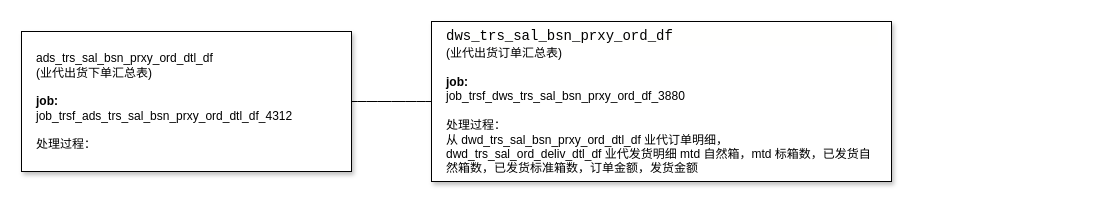
Before: bsn_prxy_ord_dtl.drawio in fsJerryChan/fsJerryChan, a draw.io diagram. Source tidied: cells renumbered, new cells numbered last; positions are measured from the earlier drawing's top-left corner, leaving out a move shared by most shapes. Both pictures are drawn from the tidied source at 100%, with x=0, y=0 at pixel (21, 21).
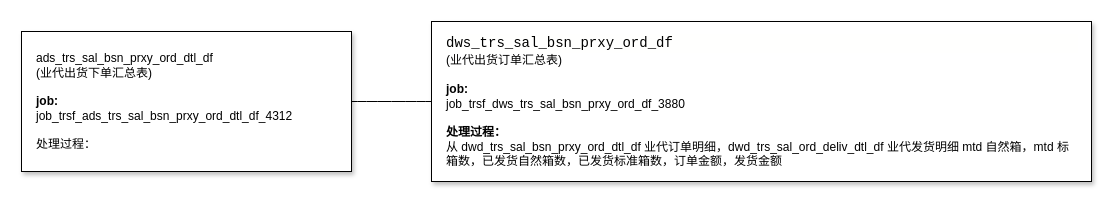
The same diagram, later.

What changed in the source:
```diff
@@
 <mxGraphModel>
   <root>
     <mxCell id="0" />
     <mxCell id="1" parent="0" />
     <mxCell id="2" style="edgeStyle=entityRelationEdgeStyle;rounded=0;jettySize=auto;html=1;startArrow=none;endArrow=none;segment=10;curved=1;sourcePerimeterSpacing=0;targetPerimeterSpacing=0;" parent="1" edge="1" source="3" target="4">
       <mxGeometry relative="1" as="geometry" />
     </mxCell>
     <mxCell id="3" value="ads_trs_sal_bsn_prxy_ord_dtl_df&lt;br&gt;(业代出货下单汇总表)&lt;br&gt;&lt;br&gt;&lt;b&gt;job:&lt;br&gt;&lt;/b&gt;job_trsf_ads_trs_sal_bsn_prxy_ord_dtl_df_4312&lt;br&gt;&lt;br&gt;处理过程：&lt;br&gt;" style="whiteSpace=wrap;html=1;rounded=0;arcSize=50;align=left;verticalAlign=middle;strokeWidth=1;spacing=15;newEdgeStyle={&quot;edgeStyle&quot;:&quot;entityRelationEdgeStyle&quot;,&quot;startArrow&quot;:&quot;none&quot;,&quot;endArrow&quot;:&quot;none&quot;,&quot;segment&quot;:10,&quot;curved&quot;:1,&quot;sourcePerimeterSpacing&quot;:0,&quot;targetPerimeterSpacing&quot;:0};shadow=1;" parent="1" vertex="1">
       <mxGeometry y="10" width="330" height="140" as="geometry" />
     </mxCell>
-    <mxCell id="4" value="&lt;div style=&quot;background-color: rgb(255, 255, 254); font-family: Consolas, &amp;quot;Courier New&amp;quot;, monospace; font-size: 14px; line-height: 19px;&quot;&gt;dws_trs_sal_bsn_prxy_ord_df&lt;/div&gt;(业代出货订单汇总表)&lt;br&gt;&lt;br&gt;&lt;b&gt;job:&lt;br&gt;&lt;/b&gt;job_trsf_dws_trs_sal_bsn_prxy_ord_df_3880&lt;br&gt;&lt;br&gt;处理过程：&lt;br&gt;从&amp;nbsp;dwd_trs_sal_bsn_prxy_ord_dtl_df 业代订单明细，dwd_trs_sal_ord_deliv_dtl_df 业代发货明细 mtd 自然箱，mtd 标箱数，已发货自然箱数，已发货标准箱数，订单金额，发货金额" style="whiteSpace=wrap;html=1;rounded=0;arcSize=50;align=left;verticalAlign=middle;strokeWidth=1;spacing=15;newEdgeStyle={&quot;edgeStyle&quot;:&quot;entityRelationEdgeStyle&quot;,&quot;startArrow&quot;:&quot;none&quot;,&quot;endArrow&quot;:&quot;none&quot;,&quot;segment&quot;:10,&quot;curved&quot;:1,&quot;sourcePerimeterSpacing&quot;:0,&quot;targetPerimeterSpacing&quot;:0};shadow=1;" parent="1" vertex="1">
-      <mxGeometry x="410" width="460" height="160" as="geometry" />
+    <mxCell id="4" value="&lt;div style=&quot;background-color: rgb(255, 255, 254); font-family: Consolas, &amp;quot;Courier New&amp;quot;, monospace; font-size: 14px; line-height: 19px;&quot;&gt;dws_trs_sal_bsn_prxy_ord_df&lt;/div&gt;(业代出货订单汇总表)&lt;br&gt;&lt;br&gt;&lt;b&gt;job:&lt;br&gt;&lt;/b&gt;job_trsf_dws_trs_sal_bsn_prxy_ord_df_3880&lt;br&gt;&lt;br&gt;&lt;b&gt;处理过程：&lt;/b&gt;&lt;br&gt;从&amp;nbsp;dwd_trs_sal_bsn_prxy_ord_dtl_df 业代订单明细，dwd_trs_sal_ord_deliv_dtl_df 业代发货明细 mtd 自然箱，mtd 标箱数，已发货自然箱数，已发货标准箱数，订单金额，发货金额" style="whiteSpace=wrap;html=1;rounded=0;arcSize=50;align=left;verticalAlign=middle;strokeWidth=1;spacing=15;newEdgeStyle={&quot;edgeStyle&quot;:&quot;entityRelationEdgeStyle&quot;,&quot;startArrow&quot;:&quot;none&quot;,&quot;endArrow&quot;:&quot;none&quot;,&quot;segment&quot;:10,&quot;curved&quot;:1,&quot;sourcePerimeterSpacing&quot;:0,&quot;targetPerimeterSpacing&quot;:0};shadow=1;" parent="1" vertex="1">
+      <mxGeometry x="410" width="660" height="160" as="geometry" />
     </mxCell>
   </root>
 </mxGraphModel>
```
